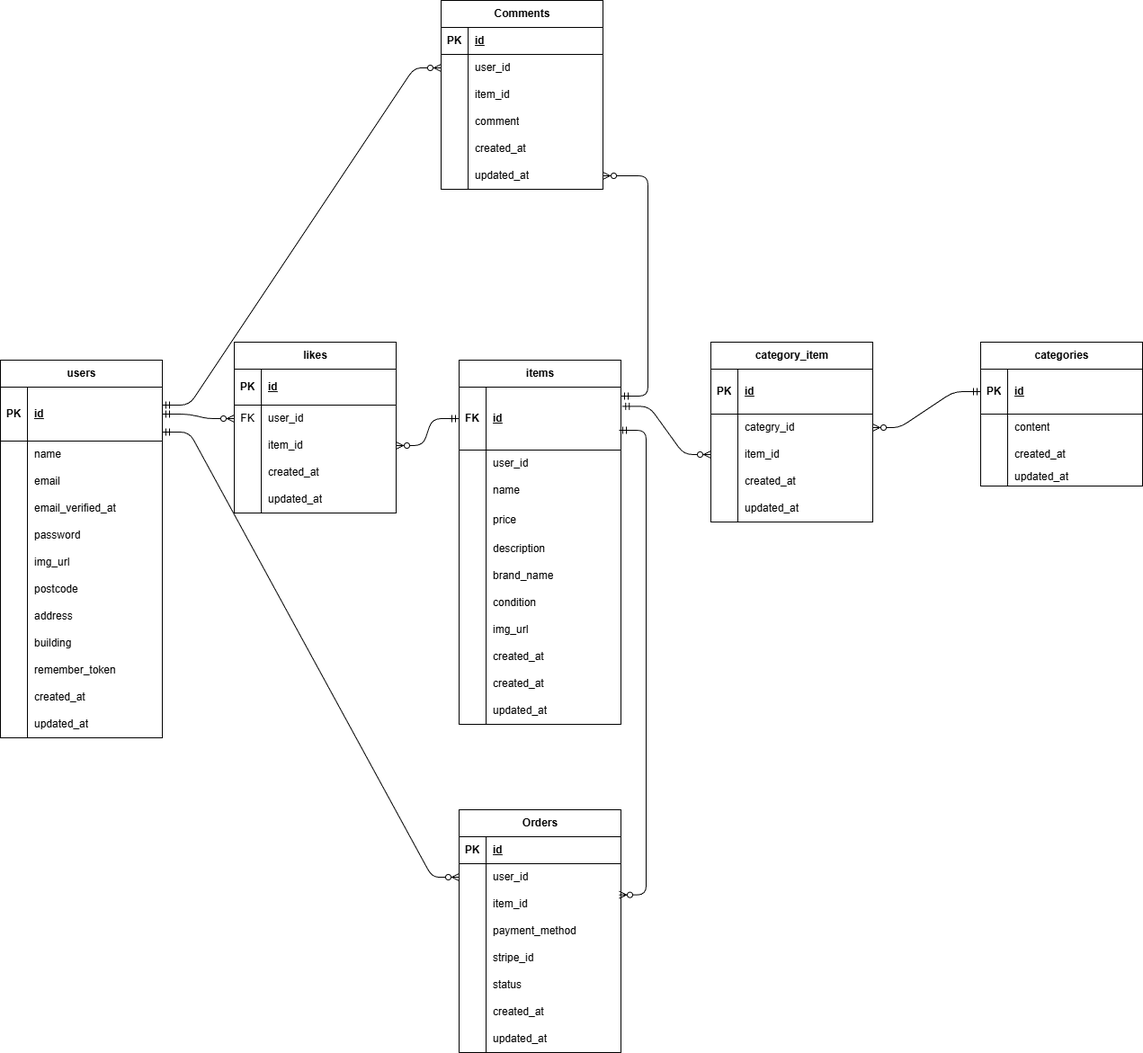
Before: ER.drawio.png, a diagram exported from draw.io (HIDE52/hide-fremaapp). Source tidied: cells renumbered, new cells last; positions are measured from the earlier drawing's top-left corner, leaving out a move shared by most shapes.
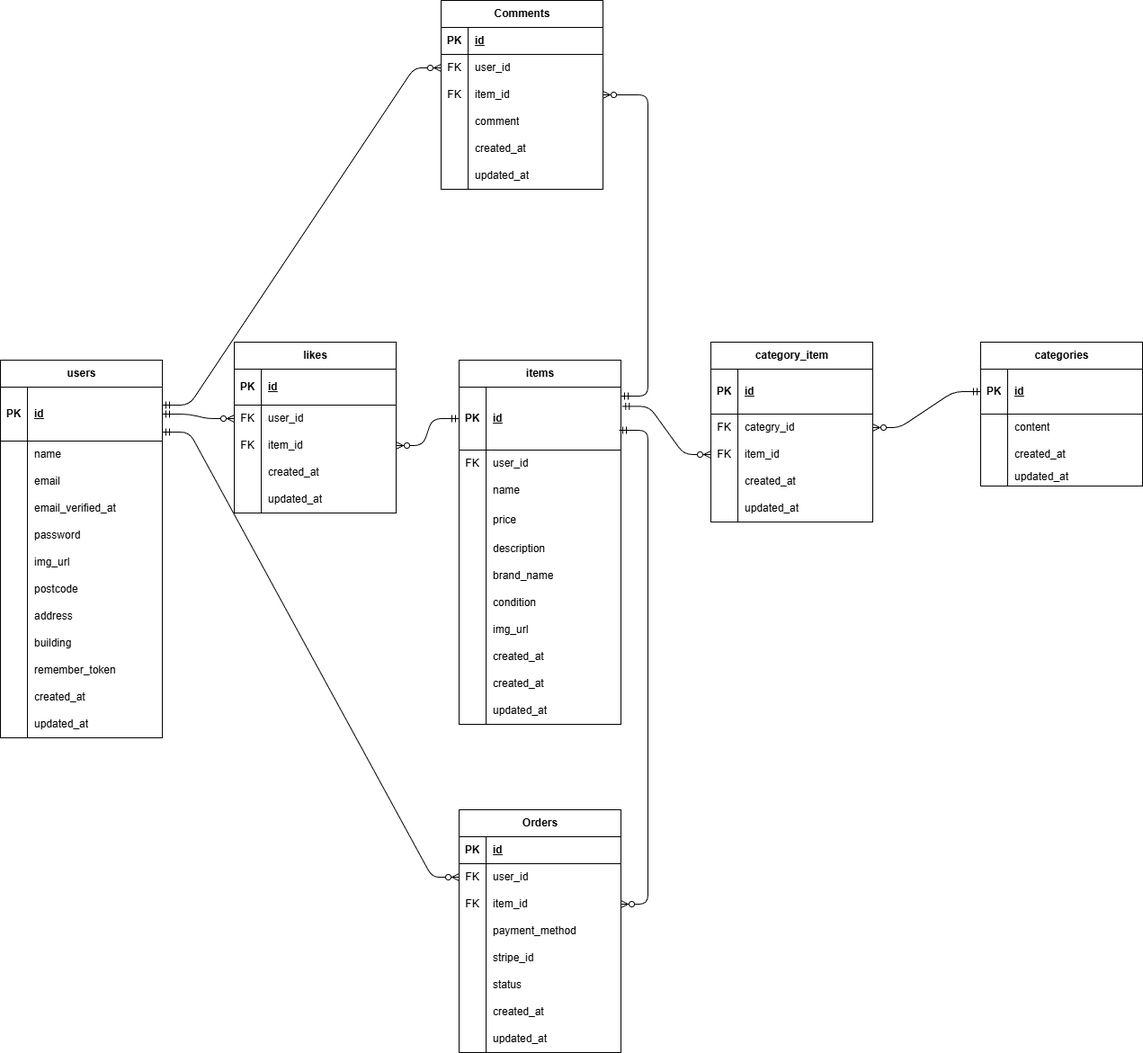
After the change.

Change to the diagram source:
```diff
@@ -158,7 +158,7 @@
     <mxCell id="53" style="shape=tableRow;horizontal=0;startSize=0;swimlaneHead=0;swimlaneBody=0;fillColor=none;points=[[0,0.5],[1,0.5]];portConstraint=eastwest;top=0;left=0;right=0;bottom=1;" parent="52" vertex="1">
       <mxGeometry y="30" width="180" height="70" as="geometry" />
     </mxCell>
-    <mxCell id="54" value="FK" style="shape=partialRectangle;fillColor=none;top=0;left=0;bottom=0;right=0;fontStyle=1;overflow=hidden;whiteSpace=wrap;html=1;" parent="53" vertex="1">
+    <mxCell id="54" value="PK" style="shape=partialRectangle;fillColor=none;top=0;left=0;bottom=0;right=0;fontStyle=1;overflow=hidden;whiteSpace=wrap;html=1;" parent="53" vertex="1">
       <mxGeometry width="30" height="70" as="geometry" />
     </mxCell>
     <mxCell id="55" value="&lt;span style=&quot;color: rgb(0, 0, 0);&quot;&gt;id&lt;/span&gt;" style="shape=partialRectangle;fillColor=none;top=0;left=0;bottom=0;right=0;align=left;spacingLeft=6;fontStyle=5;overflow=hidden;whiteSpace=wrap;html=1;" parent="53" vertex="1">
@@ -167,7 +167,7 @@
     <mxCell id="56" style="shape=tableRow;horizontal=0;startSize=0;swimlaneHead=0;swimlaneBody=0;fillColor=none;top=0;left=0;right=0;bottom=0;" parent="52" vertex="1">
       <mxGeometry y="100" width="180" height="30" as="geometry" />
     </mxCell>
-    <mxCell id="57" style="shape=partialRectangle;fillColor=none;top=0;left=0;bottom=0;right=0;overflow=hidden;whiteSpace=wrap;html=1;" parent="56" vertex="1">
+    <mxCell id="57" value="FK" style="shape=partialRectangle;fillColor=none;top=0;left=0;bottom=0;right=0;overflow=hidden;whiteSpace=wrap;html=1;" parent="56" vertex="1">
       <mxGeometry width="30" height="30" as="geometry" />
     </mxCell>
     <mxCell id="58" value="user_id" style="shape=partialRectangle;fillColor=none;top=0;left=0;bottom=0;right=0;align=left;spacingLeft=6;overflow=hidden;whiteSpace=wrap;html=1;" parent="56" vertex="1">
@@ -269,7 +269,7 @@
     <mxCell id="90" style="shape=tableRow;horizontal=0;startSize=0;swimlaneHead=0;swimlaneBody=0;fillColor=none;points=[[0,0.5],[1,0.5]];portConstraint=eastwest;top=0;left=0;right=0;bottom=0;" parent="86" vertex="1">
       <mxGeometry y="80" width="180" height="30" as="geometry" />
     </mxCell>
-    <mxCell id="91" style="shape=partialRectangle;fillColor=none;top=0;left=0;bottom=0;right=0;overflow=hidden;whiteSpace=wrap;html=1;" parent="90" vertex="1">
+    <mxCell id="91" value="FK" style="shape=partialRectangle;fillColor=none;top=0;left=0;bottom=0;right=0;overflow=hidden;whiteSpace=wrap;html=1;" parent="90" vertex="1">
       <mxGeometry width="30" height="30" as="geometry" />
     </mxCell>
     <mxCell id="92" value="&lt;span style=&quot;color: rgb(0, 0, 0);&quot;&gt;categry_id&lt;/span&gt;" style="shape=partialRectangle;fillColor=none;top=0;left=0;bottom=0;right=0;align=left;spacingLeft=6;overflow=hidden;whiteSpace=wrap;html=1;" parent="90" vertex="1">
@@ -278,7 +278,7 @@
     <mxCell id="93" style="shape=tableRow;horizontal=0;startSize=0;swimlaneHead=0;swimlaneBody=0;fillColor=none;points=[[0,0.5],[1,0.5]];portConstraint=eastwest;top=0;left=0;right=0;bottom=0;" parent="86" vertex="1">
       <mxGeometry y="110" width="180" height="30" as="geometry" />
     </mxCell>
-    <mxCell id="94" style="shape=partialRectangle;fillColor=none;top=0;left=0;bottom=0;right=0;overflow=hidden;whiteSpace=wrap;html=1;" parent="93" vertex="1">
+    <mxCell id="94" value="FK" style="shape=partialRectangle;fillColor=none;top=0;left=0;bottom=0;right=0;overflow=hidden;whiteSpace=wrap;html=1;" parent="93" vertex="1">
       <mxGeometry width="30" height="30" as="geometry" />
     </mxCell>
     <mxCell id="95" value="item_id" style="shape=partialRectangle;fillColor=none;top=0;left=0;bottom=0;right=0;align=left;spacingLeft=6;overflow=hidden;whiteSpace=wrap;html=1;" parent="93" vertex="1">
@@ -317,7 +317,7 @@
     <mxCell id="106" style="shape=tableRow;horizontal=0;startSize=0;swimlaneHead=0;swimlaneBody=0;fillColor=none;points=[[0,0.5],[1,0.5]];portConstraint=eastwest;top=0;left=0;right=0;bottom=0;" parent="102" vertex="1">
       <mxGeometry y="60" width="180" height="30" as="geometry" />
     </mxCell>
-    <mxCell id="107" style="shape=partialRectangle;fillColor=none;top=0;left=0;bottom=0;right=0;overflow=hidden;whiteSpace=wrap;html=1;" parent="106" vertex="1">
+    <mxCell id="107" value="FK" style="shape=partialRectangle;fillColor=none;top=0;left=0;bottom=0;right=0;overflow=hidden;whiteSpace=wrap;html=1;" parent="106" vertex="1">
       <mxGeometry width="30" height="30" as="geometry" />
     </mxCell>
     <mxCell id="108" value="user_id" style="shape=partialRectangle;fillColor=none;top=0;left=0;bottom=0;right=0;align=left;spacingLeft=6;overflow=hidden;whiteSpace=wrap;html=1;" parent="106" vertex="1">
@@ -326,7 +326,7 @@
     <mxCell id="109" style="shape=tableRow;horizontal=0;startSize=0;swimlaneHead=0;swimlaneBody=0;fillColor=none;points=[[0,0.5],[1,0.5]];portConstraint=eastwest;top=0;left=0;right=0;bottom=0;" parent="102" vertex="1">
       <mxGeometry y="90" width="180" height="30" as="geometry" />
     </mxCell>
-    <mxCell id="110" style="shape=partialRectangle;fillColor=none;top=0;left=0;bottom=0;right=0;overflow=hidden;whiteSpace=wrap;html=1;" parent="109" vertex="1">
+    <mxCell id="110" value="FK" style="shape=partialRectangle;fillColor=none;top=0;left=0;bottom=0;right=0;overflow=hidden;whiteSpace=wrap;html=1;" parent="109" vertex="1">
       <mxGeometry width="30" height="30" as="geometry" />
     </mxCell>
     <mxCell id="111" value="item_id" style="shape=partialRectangle;fillColor=none;top=0;left=0;bottom=0;right=0;align=left;spacingLeft=6;overflow=hidden;whiteSpace=wrap;html=1;" parent="109" vertex="1">
@@ -374,7 +374,7 @@
     <mxCell id="125" style="shape=tableRow;horizontal=0;startSize=0;swimlaneHead=0;swimlaneBody=0;fillColor=none;points=[[0,0.5],[1,0.5]];portConstraint=eastwest;top=0;left=0;right=0;bottom=0;" parent="121" vertex="1">
       <mxGeometry y="60" width="180" height="30" as="geometry" />
     </mxCell>
-    <mxCell id="126" style="shape=partialRectangle;fillColor=none;top=0;left=0;bottom=0;right=0;overflow=hidden;whiteSpace=wrap;html=1;" parent="125" vertex="1">
+    <mxCell id="126" value="FK" style="shape=partialRectangle;fillColor=none;top=0;left=0;bottom=0;right=0;overflow=hidden;whiteSpace=wrap;html=1;" parent="125" vertex="1">
       <mxGeometry width="30" height="30" as="geometry" />
     </mxCell>
     <mxCell id="127" value="user_id" style="shape=partialRectangle;fillColor=none;top=0;left=0;bottom=0;right=0;align=left;spacingLeft=6;overflow=hidden;whiteSpace=wrap;html=1;" parent="125" vertex="1">
@@ -383,7 +383,7 @@
     <mxCell id="128" style="shape=tableRow;horizontal=0;startSize=0;swimlaneHead=0;swimlaneBody=0;fillColor=none;points=[[0,0.5],[1,0.5]];portConstraint=eastwest;top=0;left=0;right=0;bottom=0;" parent="121" vertex="1">
       <mxGeometry y="90" width="180" height="30" as="geometry" />
     </mxCell>
-    <mxCell id="129" style="shape=partialRectangle;fillColor=none;top=0;left=0;bottom=0;right=0;overflow=hidden;whiteSpace=wrap;html=1;" parent="128" vertex="1">
+    <mxCell id="129" value="FK" style="shape=partialRectangle;fillColor=none;top=0;left=0;bottom=0;right=0;overflow=hidden;whiteSpace=wrap;html=1;" parent="128" vertex="1">
       <mxGeometry width="30" height="30" as="geometry" />
     </mxCell>
     <mxCell id="130" value="item_id" style="shape=partialRectangle;fillColor=none;top=0;left=0;bottom=0;right=0;align=left;spacingLeft=6;overflow=hidden;whiteSpace=wrap;html=1;" parent="128" vertex="1">
@@ -451,7 +451,7 @@
         </Array>
       </mxGeometry>
     </mxCell>
-    <mxCell id="148" style="edgeStyle=entityRelationEdgeStyle;fontSize=12;html=1;endArrow=ERzeroToMany;endFill=0;startArrow=ERmandOne;startFill=0;entryX=1;entryY=0.5;entryDx=0;entryDy=0;" parent="1" edge="1" target="118">
+    <mxCell id="148" style="edgeStyle=entityRelationEdgeStyle;fontSize=12;html=1;endArrow=ERzeroToMany;endFill=0;startArrow=ERmandOne;startFill=0;" parent="1" edge="1" target="109">
       <mxGeometry relative="1" as="geometry">
         <mxPoint x="690" y="440" as="sourcePoint" />
         <Array as="points">
@@ -462,7 +462,7 @@
         </Array>
       </mxGeometry>
     </mxCell>
-    <mxCell id="149" style="edgeStyle=entityRelationEdgeStyle;fontSize=12;html=1;endArrow=ERmandOne;endFill=0;startArrow=ERzeroToMany;entryX=0.989;entryY=0.686;entryDx=0;entryDy=0;entryPerimeter=0;exitX=0.989;exitY=0.156;exitDx=0;exitDy=0;exitPerimeter=0;" parent="1" edge="1" source="128" target="53">
+    <mxCell id="149" style="edgeStyle=entityRelationEdgeStyle;fontSize=12;html=1;endArrow=ERmandOne;endFill=0;startArrow=ERzeroToMany;entryX=0.989;entryY=0.686;entryDx=0;entryDy=0;entryPerimeter=0;" parent="1" edge="1" source="128" target="53">
       <mxGeometry relative="1" as="geometry">
         <Array as="points">
           <mxPoint x="850" y="765" />
@@ -508,7 +508,7 @@
     <mxCell id="159" style="shape=tableRow;horizontal=0;startSize=0;swimlaneHead=0;swimlaneBody=0;fillColor=none;points=[[0,0.5],[1,0.5]];portConstraint=eastwest;top=0;left=0;right=0;bottom=0;" parent="152" vertex="1">
       <mxGeometry y="100" width="180" height="30" as="geometry" />
     </mxCell>
-    <mxCell id="160" style="shape=partialRectangle;fillColor=none;top=0;left=0;bottom=0;right=0;overflow=hidden;whiteSpace=wrap;html=1;" parent="159" vertex="1">
+    <mxCell id="160" value="FK" style="shape=partialRectangle;fillColor=none;top=0;left=0;bottom=0;right=0;overflow=hidden;whiteSpace=wrap;html=1;" parent="159" vertex="1">
       <mxGeometry width="30" height="30" as="geometry" />
     </mxCell>
     <mxCell id="161" value="item_id" style="shape=partialRectangle;fillColor=none;top=0;left=0;bottom=0;right=0;align=left;spacingLeft=6;overflow=hidden;whiteSpace=wrap;html=1;" parent="159" vertex="1">
```
